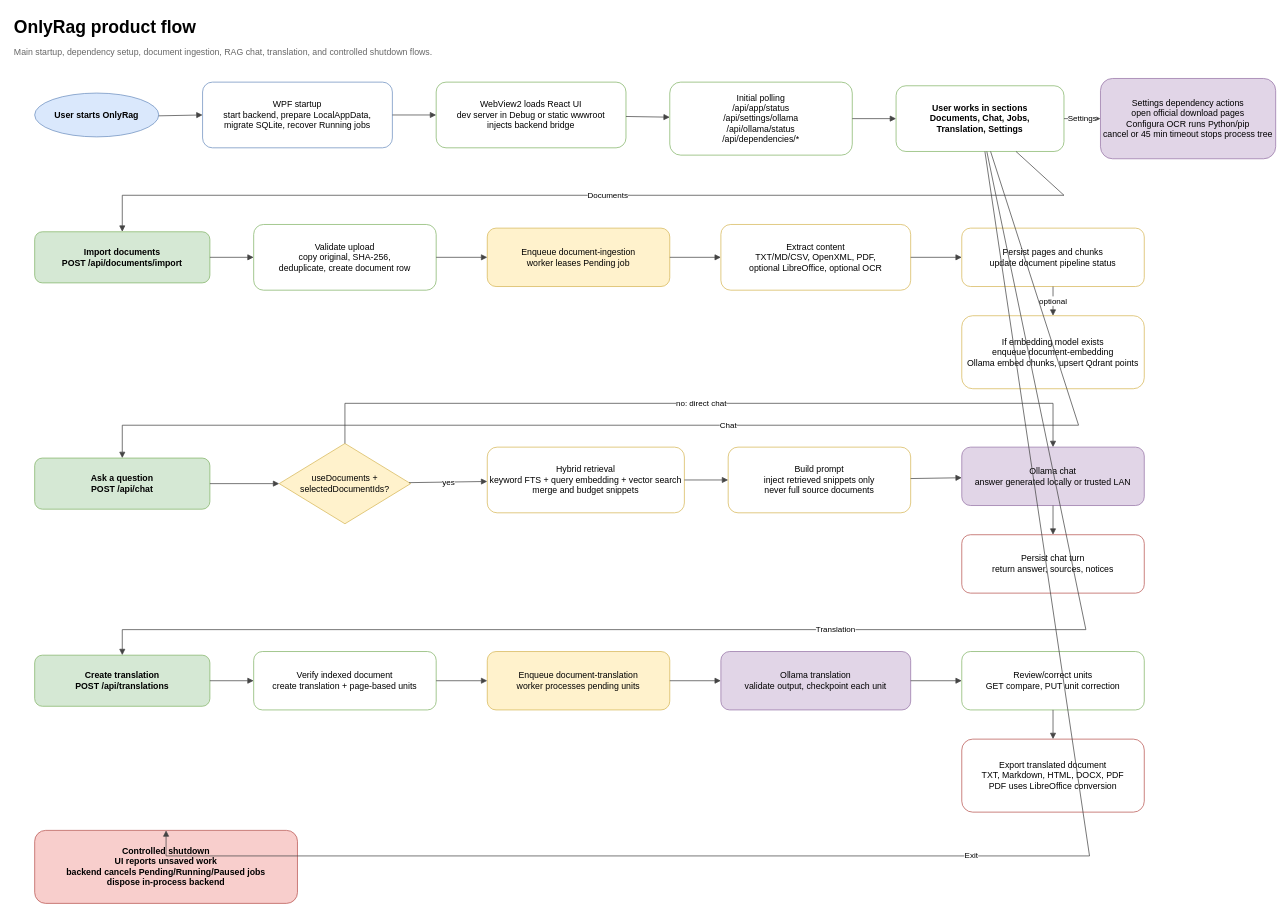
This is page "Product flow" (2 of 2) of docs/APP_FLOW.drawio from dennidalpos/OnlyRag, a draw.io file, before an edit. Source tidied: cells renumbered, new cells numbered last; positions are measured from the earlier drawing's top-left corner, leaving out a move shared by most shapes. Both pictures are drawn from the tidied source at 73%, with x=0, y=0 at pixel (12, 12).
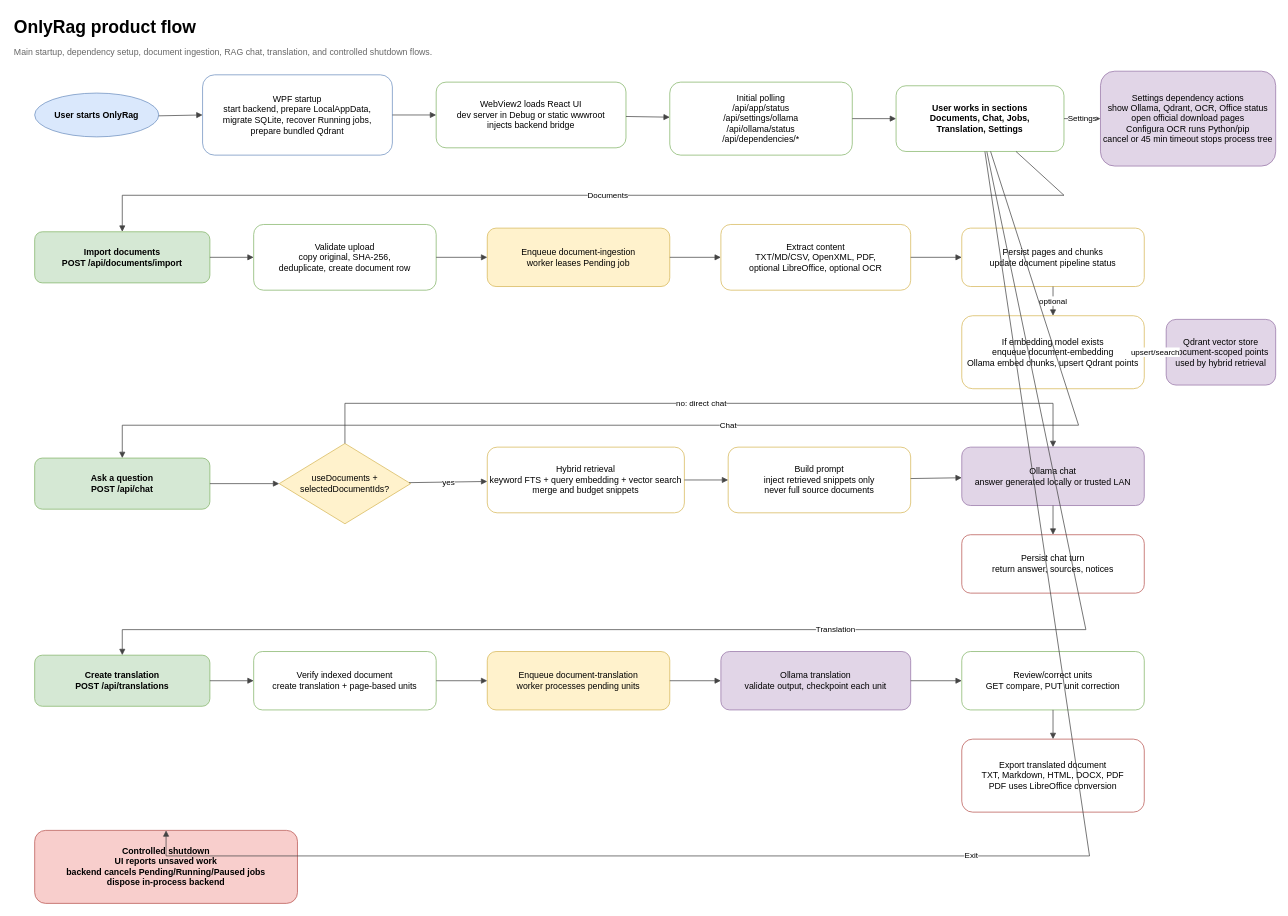
Above is the later version.

Unchanged cells that the change refers to:
```xml
<mxCell id="15" value="If embedding model exists&lt;br&gt;enqueue document-embedding&lt;br&gt;Ollama embed chunks, upsert Qdrant points" style="rounded=1;whiteSpace=wrap;html=1;fillColor=#ffffff;strokeColor=#d6b656;" parent="1" vertex="1">
  <mxGeometry x="1300" y="415" width="250" height="100" as="geometry" />
</mxCell>
```

Change to the diagram source:
```diff
@@
-    <mxCell id="5" value="WPF startup&lt;br&gt;start backend, prepare LocalAppData,&lt;br&gt;migrate SQLite, recover Running jobs" style="rounded=1;whiteSpace=wrap;html=1;fillColor=#ffffff;strokeColor=#6c8ebf;" parent="1" vertex="1">
-      <mxGeometry x="260" y="95" width="260" height="90" as="geometry" />
+    <mxCell id="5" value="WPF startup&lt;br&gt;start backend, prepare LocalAppData,&lt;br&gt;migrate SQLite, recover Running jobs,&lt;br&gt;prepare bundled Qdrant" style="rounded=1;whiteSpace=wrap;html=1;fillColor=#ffffff;strokeColor=#6c8ebf;" parent="1" vertex="1">
+      <mxGeometry x="260" y="85" width="260" height="110" as="geometry" />
     </mxCell>
@@
-    <mxCell id="9" value="Settings dependency actions&lt;br&gt;open official download pages&lt;br&gt;Configura OCR runs Python/pip&lt;br&gt;cancel or 45 min timeout stops process tree" style="rounded=1;whiteSpace=wrap;html=1;fillColor=#e1d5e7;strokeColor=#9673a6;" parent="1" vertex="1">
-      <mxGeometry x="1490" y="90" width="240" height="110" as="geometry" />
+    <mxCell id="9" value="Settings dependency actions&lt;br&gt;show Ollama, Qdrant, OCR, Office status&lt;br&gt;open official download pages&lt;br&gt;Configura OCR runs Python/pip&lt;br&gt;cancel or 45 min timeout stops process tree" style="rounded=1;whiteSpace=wrap;html=1;fillColor=#e1d5e7;strokeColor=#9673a6;" parent="1" vertex="1">
+      <mxGeometry x="1490" y="80" width="240" height="130" as="geometry" />
     </mxCell>
@@
+    <mxCell id="54" value="Qdrant vector store&lt;br&gt;document-scoped points&lt;br&gt;used by hybrid retrieval" style="rounded=1;whiteSpace=wrap;html=1;fillColor=#e1d5e7;strokeColor=#9673a6;" parent="1" vertex="1">
+      <mxGeometry x="1580" y="420" width="150" height="90" as="geometry" />
+    </mxCell>
@@
+    <mxCell id="55" value="upsert/search" style="endArrow=block;html=1;rounded=0;strokeColor=#444444;" parent="1" edge="1" source="15" target="54">
+      <mxGeometry relative="1" as="geometry" />
+    </mxCell>
```
